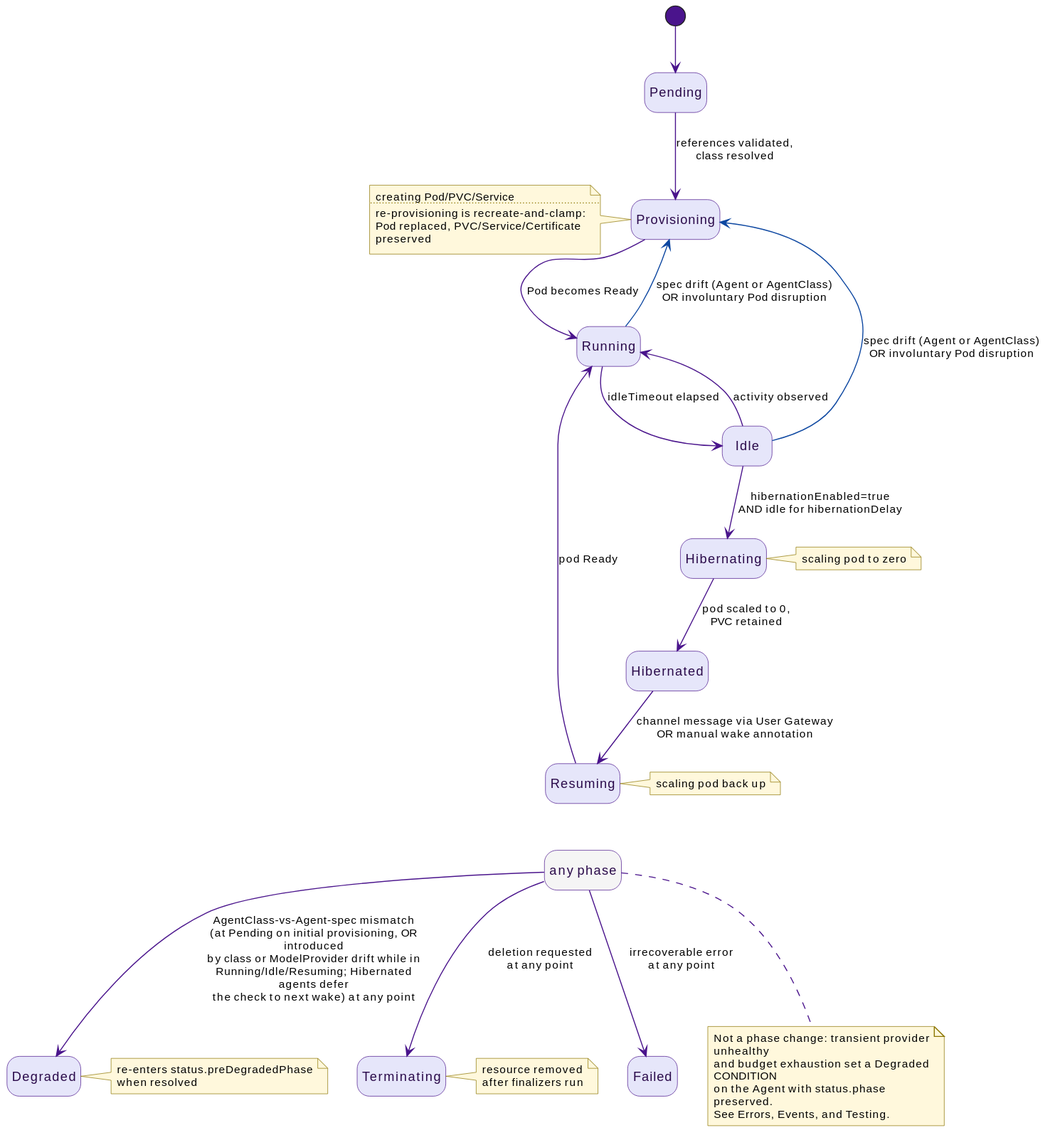
Above: docs/src/diagrams/agent-lifecycle.svg in win07xp/kaalm (PlantUML), before the change.
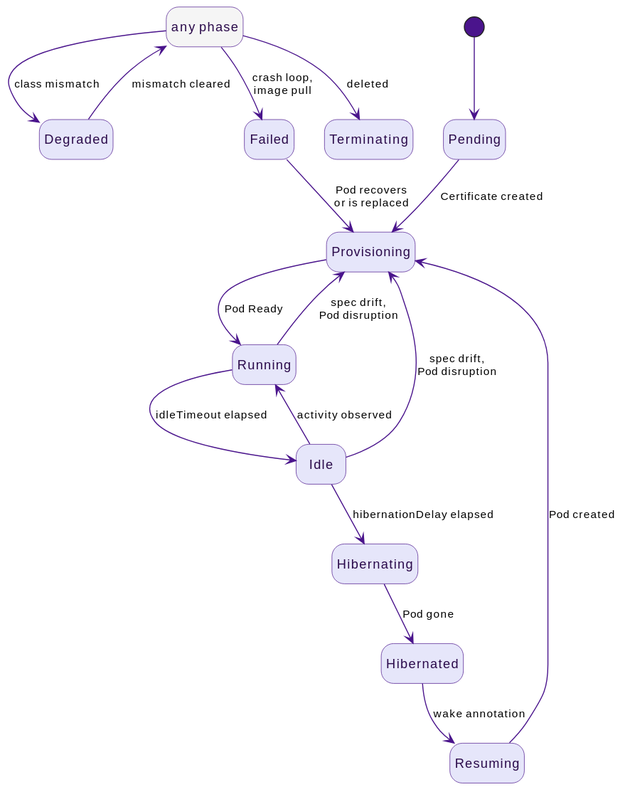
After the change.

Change to the diagram source:
```diff
@@ -1,54 +1,33 @@
 @startuml
 !include _style.puml
 
-state "Pending" as Pending
-state "Provisioning" as Provisioning
-state "Running" as Running
-state "Idle" as Idle
-state "Hibernating" as Hibernating
-state "Hibernated" as Hibernated
-state "Resuming" as Resuming
+state Pending
+state Provisioning
+state Running
+state Idle
+state Hibernating
+state Hibernated
+state Resuming
+state "any phase" as Any #F5F5F5
+state Degraded
+state Failed
+state Terminating
 
 [*] --> Pending
-Pending --> Provisioning : references validated,\nclass resolved
-Provisioning --> Running : Pod becomes Ready
+Pending --> Provisioning : Certificate created
+Provisioning --> Running : Pod Ready
 Running --> Idle : idleTimeout elapsed
 Idle --> Running : activity observed
-Idle --> Hibernating : hibernationEnabled=true\nAND idle for hibernationDelay
-Hibernating --> Hibernated : pod scaled to 0,\nPVC retained
-Hibernated --> Resuming : channel message via User Gateway\nOR manual wake annotation
-Resuming --> Running : pod Ready
+Idle --> Hibernating : hibernationDelay elapsed
+Hibernating --> Hibernated : Pod gone
+Hibernated --> Resuming : wake annotation
+Resuming --> Provisioning : Pod created
+Running --> Provisioning : spec drift,\nPod disruption
+Idle --> Provisioning : spec drift,\nPod disruption
 
-Running -[#0D47A1]-> Provisioning : spec drift (Agent or AgentClass)\nOR involuntary Pod disruption
-Idle -[#0D47A1]-> Provisioning : spec drift (Agent or AgentClass)\nOR involuntary Pod disruption
-
-note left of Provisioning
-  creating Pod/PVC/Service
-  ....
-  re-provisioning is recreate-and-clamp:
-  Pod replaced, PVC/Service/Certificate
-  preserved
-end note
-note right of Hibernating : scaling pod to zero
-note right of Resuming : scaling pod back up
-
-state "any phase" as AnyPhase #F5F5F5
-state "Degraded" as Degraded
-state "Failed" as Failed
-state "Terminating" as Terminating
-
-AnyPhase --> Degraded : AgentClass-vs-Agent-spec mismatch\n(at Pending on initial provisioning, OR introduced\nby class or ModelProvider drift while in\nRunning/Idle/Resuming; Hibernated agents defer\nthe check to next wake) at any point
-AnyPhase --> Failed : irrecoverable error\nat any point
-AnyPhase --> Terminating : deletion requested\nat any point
-
-note right of Degraded : re-enters status.preDegradedPhase\nwhen resolved
-note right of Terminating : resource removed\nafter finalizers run
-note bottom of AnyPhase
-  Not a phase change: transient provider unhealthy
-  and budget exhaustion set a Degraded CONDITION
-  on the Agent with status.phase preserved.
-  See Errors, Events, and Testing.
-end note
-
-Resuming -[hidden]-> AnyPhase
+Any --> Degraded : class mismatch
+Degraded --> Any : mismatch cleared
+Any --> Failed : crash loop,\nimage pull
+Any --> Terminating : deleted
+Failed --> Provisioning : Pod recovers\nor is replaced
 @enduml
```
